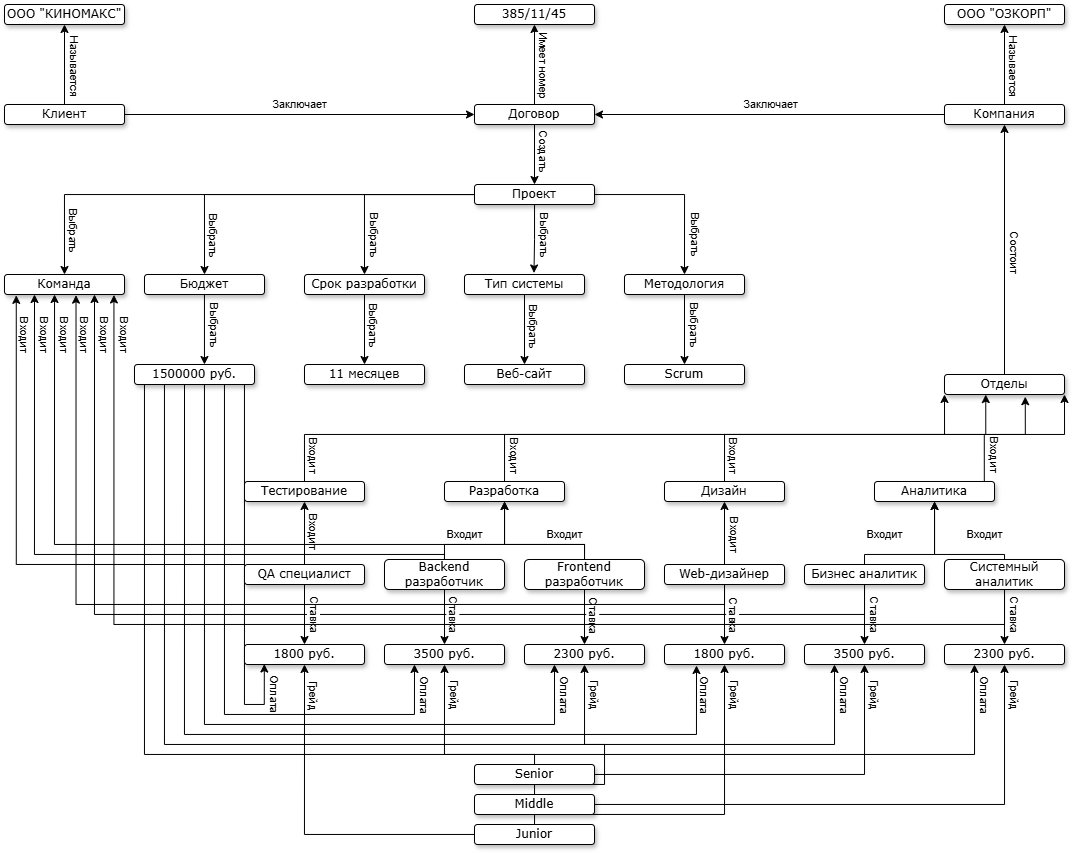
Before: Semantic web.png, a diagram exported from draw.io (Evgeny-Yakovlev73/Diagramms). Source tidied: cells renumbered, new cells last; positions are measured from the earlier drawing's top-left corner, leaving out a move shared by most shapes.
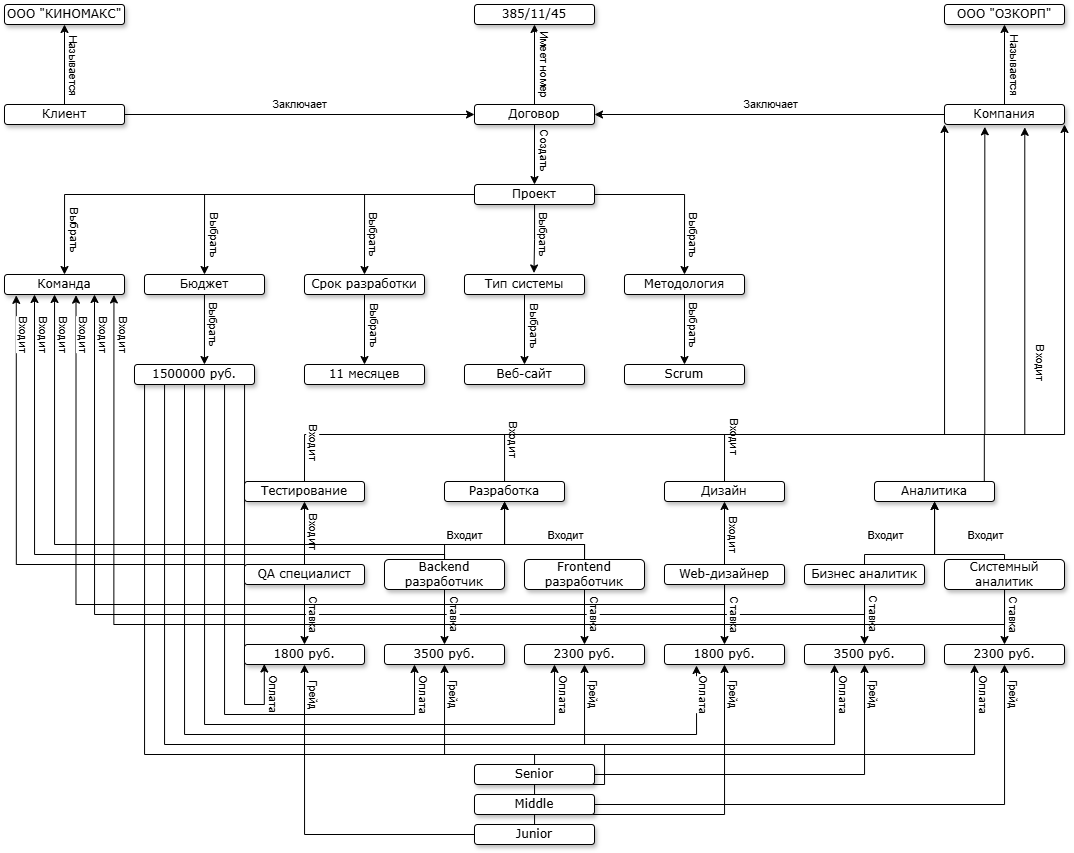
After the commit.

Diff of the diagram source:
```diff
@@ -13,15 +13,7 @@
     <mxCell id="4" value="Компания" style="whiteSpace=wrap;html=1;rounded=1;shadow=1;labelBackgroundColor=none;strokeWidth=1;fontFamily=Verdana;fontSize=12;align=center;" parent="1" vertex="1">
       <mxGeometry x="940" y="100" width="120" height="20" as="geometry" />
     </mxCell>
-    <mxCell id="5" style="edgeStyle=orthogonalEdgeStyle;rounded=0;jettySize=auto;html=1;entryX=0.5;entryY=1;entryDx=0;entryDy=0;" parent="1" edge="1" source="9" target="4">
-      <mxGeometry relative="1" as="geometry" />
-    </mxCell>
-    <mxCell id="6" value="Состоит" style="edgeLabel;html=1;align=center;verticalAlign=middle;rotation=90;" parent="5" vertex="1">
-      <mxGeometry y="3" relative="1" as="geometry">
-        <mxPoint x="13" y="3" as="offset" />
-      </mxGeometry>
-    </mxCell>
-    <mxCell id="7" style="edgeStyle=orthogonalEdgeStyle;rounded=0;jettySize=auto;html=1;exitX=0.915;exitY=-0.01;exitDx=0;exitDy=0;entryX=1;entryY=1;entryDx=0;entryDy=0;exitPerimeter=0;" parent="1" edge="1" source="13" target="9">
+    <mxCell id="7" style="edgeStyle=orthogonalEdgeStyle;rounded=0;jettySize=auto;html=1;exitX=0.915;exitY=-0.01;exitDx=0;exitDy=0;entryX=1;entryY=1;entryDx=0;entryDy=0;exitPerimeter=0;" parent="1" edge="1" source="13" target="4">
       <mxGeometry relative="1" as="geometry">
         <Array as="points">
           <mxPoint x="980" y="430" />
@@ -34,9 +26,6 @@
         <mxPoint x="-26" y="18" as="offset" />
       </mxGeometry>
     </mxCell>
-    <mxCell id="9" value="Отделы" style="whiteSpace=wrap;html=1;rounded=1;shadow=1;labelBackgroundColor=none;strokeWidth=1;fontFamily=Verdana;fontSize=12;align=center;" parent="1" vertex="1">
-      <mxGeometry x="940" y="370" width="120" height="20" as="geometry" />
-    </mxCell>
     <mxCell id="10" value="ООО &quot;ОЗКОРП&quot;" style="whiteSpace=wrap;html=1;rounded=1;shadow=1;labelBackgroundColor=none;strokeWidth=1;fontFamily=Verdana;fontSize=12;align=center;" parent="1" vertex="1">
       <mxGeometry x="940" width="120" height="20" as="geometry" />
     </mxCell>
@@ -62,11 +51,11 @@
     <mxCell id="14" style="edgeStyle=orthogonalEdgeStyle;rounded=0;jettySize=auto;html=1;exitX=0.5;exitY=0;exitDx=0;exitDy=0;" parent="1" edge="1" source="75" target="17">
       <mxGeometry relative="1" as="geometry" />
     </mxCell>
-    <mxCell id="15" style="edgeStyle=orthogonalEdgeStyle;rounded=0;jettySize=auto;html=1;entryX=0.344;entryY=1.003;entryDx=0;entryDy=0;exitX=0.5;exitY=0;exitDx=0;exitDy=0;entryPerimeter=0;" parent="1" edge="1" source="17" target="9">
+    <mxCell id="15" style="edgeStyle=orthogonalEdgeStyle;rounded=0;jettySize=auto;html=1;entryX=0.336;entryY=1.117;entryDx=0;entryDy=0;exitX=0.5;exitY=0;exitDx=0;exitDy=0;entryPerimeter=0;" parent="1" edge="1" source="17" target="4">
       <mxGeometry relative="1" as="geometry">
         <Array as="points">
           <mxPoint x="720" y="430" />
-          <mxPoint x="981" y="430" />
+          <mxPoint x="980" y="430" />
         </Array>
       </mxGeometry>
     </mxCell>
@@ -99,7 +88,7 @@
         </Array>
       </mxGeometry>
     </mxCell>
-    <mxCell id="21" style="edgeStyle=orthogonalEdgeStyle;rounded=0;jettySize=auto;html=1;entryX=0;entryY=1;entryDx=0;entryDy=0;" parent="1" edge="1" source="23" target="9">
+    <mxCell id="21" style="edgeStyle=orthogonalEdgeStyle;rounded=0;jettySize=auto;html=1;entryX=0;entryY=1;entryDx=0;entryDy=0;" parent="1" edge="1" source="23" target="4">
       <mxGeometry relative="1" as="geometry">
         <Array as="points">
           <mxPoint x="500" y="430" />
@@ -123,11 +112,11 @@
         <mxPoint x="8" as="offset" />
       </mxGeometry>
     </mxCell>
-    <mxCell id="26" style="edgeStyle=orthogonalEdgeStyle;rounded=0;jettySize=auto;html=1;exitX=0.5;exitY=0;exitDx=0;exitDy=0;entryX=0.673;entryY=1.11;entryDx=0;entryDy=0;entryPerimeter=0;" parent="1" edge="1" source="28" target="9">
+    <mxCell id="26" style="edgeStyle=orthogonalEdgeStyle;rounded=0;jettySize=auto;html=1;exitX=0.5;exitY=0;exitDx=0;exitDy=0;entryX=0.669;entryY=1.143;entryDx=0;entryDy=0;entryPerimeter=0;" parent="1" edge="1" source="28" target="4">
       <mxGeometry relative="1" as="geometry">
         <Array as="points">
           <mxPoint x="300" y="430" />
-          <mxPoint x="1021" y="430" />
+          <mxPoint x="1020" y="430" />
         </Array>
       </mxGeometry>
     </mxCell>
```
